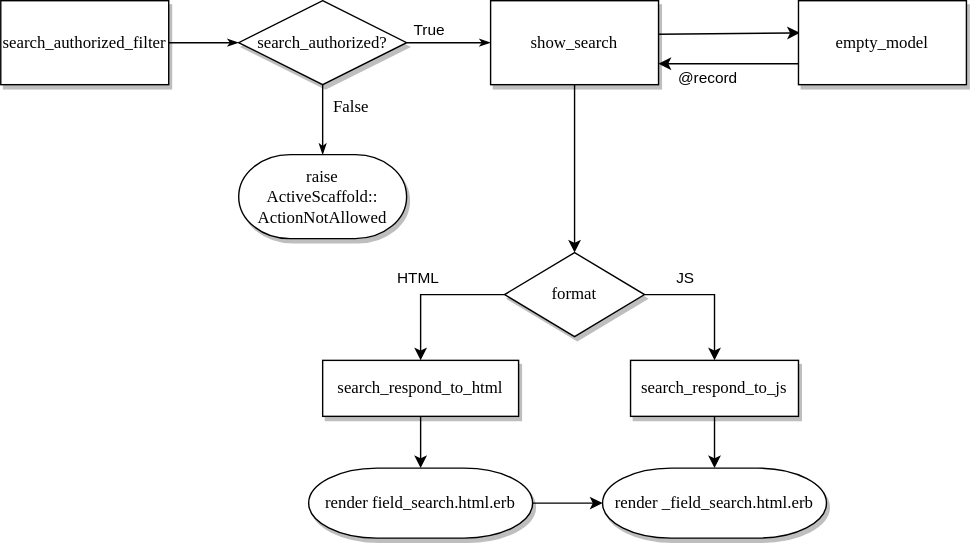
Earlier version of the draw.io export diagrams/show_search_field_search.drawio.svg (activescaffold/active_scaffold). Source tidied: cells renumbered, new cells last; positions are measured from the earlier drawing's top-left corner, leaving out a move shared by most shapes.
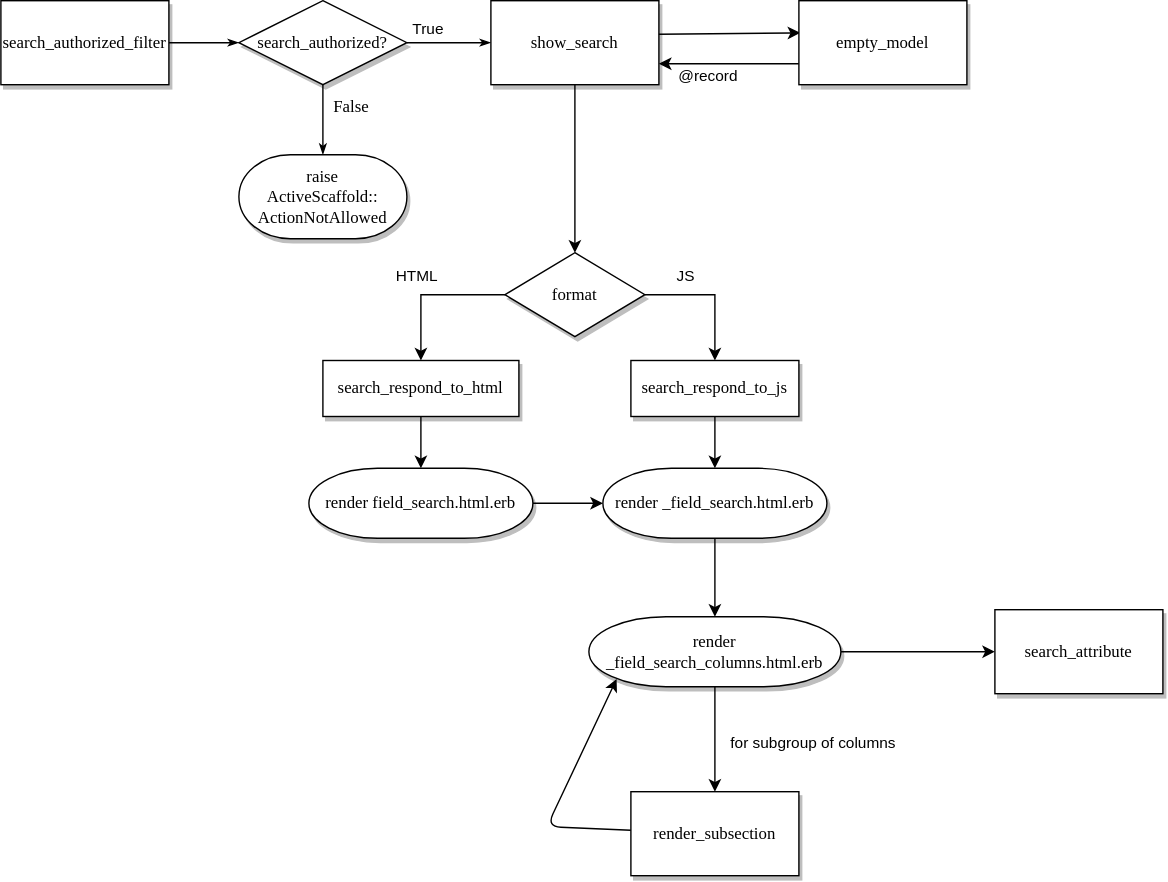
Above is the later version.

Commit message:
complete show field search diagram for the changes on supporting subgrops

[skip ci]

Change to the diagram source:
```diff
@@ -74,6 +74,9 @@
     <mxCell id="23" style="edgeStyle=orthogonalEdgeStyle;rounded=0;jettySize=auto;html=1;entryX=0.5;entryY=0;entryDx=0;entryDy=0;entryPerimeter=0;exitX=0.5;exitY=1;exitDx=0;exitDy=0;" parent="1" edge="1" source="13" target="24">
       <mxGeometry relative="1" as="geometry" />
     </mxCell>
+    <mxCell id="27" style="edgeStyle=none;html=1;" parent="1" edge="1" source="24" target="30">
+      <mxGeometry relative="1" as="geometry" />
+    </mxCell>
     <mxCell id="24" value="render _field_search.html.erb" style="strokeWidth=1;html=1;shape=mxgraph.flowchart.terminator;whiteSpace=wrap;rounded=0;shadow=1;labelBackgroundColor=none;fontFamily=Verdana;fontSize=12;align=center;" parent="1" vertex="1">
       <mxGeometry x="430" y="334" width="160" height="50" as="geometry" />
     </mxCell>
@@ -83,5 +86,27 @@
     <mxCell id="26" value="render field_search.html.erb" style="strokeWidth=1;html=1;shape=mxgraph.flowchart.terminator;whiteSpace=wrap;rounded=0;shadow=1;labelBackgroundColor=none;fontFamily=Verdana;fontSize=12;align=center;" parent="1" vertex="1">
       <mxGeometry x="220" y="334" width="160" height="50" as="geometry" />
     </mxCell>
+    <mxCell id="28" style="edgeStyle=none;html=1;" parent="1" edge="1" source="30" target="31">
+      <mxGeometry relative="1" as="geometry" />
+    </mxCell>
+    <mxCell id="29" value="for subgroup of columns" style="edgeStyle=none;html=1;" parent="1" edge="1" source="30" target="33">
+      <mxGeometry x="0.07" y="70" relative="1" as="geometry" />
+    </mxCell>
+    <mxCell id="30" value="render _field_search_columns.html.erb" style="strokeWidth=1;html=1;shape=mxgraph.flowchart.terminator;whiteSpace=wrap;rounded=0;shadow=1;labelBackgroundColor=none;fontFamily=Verdana;fontSize=12;align=center;" parent="1" vertex="1">
+      <mxGeometry x="420" y="440" width="180" height="50" as="geometry" />
+    </mxCell>
+    <mxCell id="31" value="search_attribute" style="whiteSpace=wrap;html=1;fontFamily=Verdana;strokeWidth=1;rounded=0;shadow=1;labelBackgroundColor=none;" parent="1" vertex="1">
+      <mxGeometry x="710" y="435" width="120" height="60" as="geometry" />
+    </mxCell>
+    <mxCell id="32" style="edgeStyle=none;html=1;entryX=0.11;entryY=0.89;entryDx=0;entryDy=0;entryPerimeter=0;" parent="1" edge="1" source="33" target="30">
+      <mxGeometry relative="1" as="geometry">
+        <Array as="points">
+          <mxPoint x="390" y="590" />
+        </Array>
+      </mxGeometry>
+    </mxCell>
+    <mxCell id="33" value="render_subsection" style="whiteSpace=wrap;html=1;fontFamily=Verdana;strokeWidth=1;rounded=0;shadow=1;labelBackgroundColor=none;" parent="1" vertex="1">
+      <mxGeometry x="450" y="565" width="120" height="60" as="geometry" />
+    </mxCell>
   </root>
 </mxGraphModel>
```
